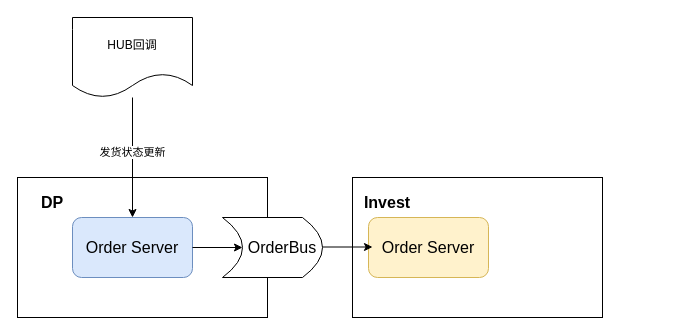
Above: DP处理HUB回调.drawio in DonnieLe/MyDocs (draw.io), before the change. Source tidied: cells renumbered, new cells numbered last; positions are measured from the earlier drawing's top-left corner, leaving out a move shared by most shapes. Both pictures are drawn from the tidied source at 100%, with x=0, y=0 at pixel (17, 17).
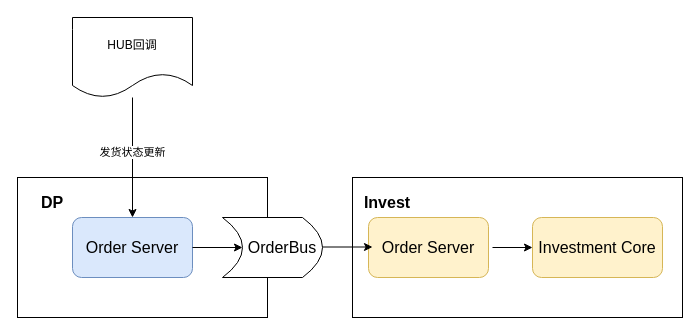
The same page after the edit.

What changed in the source:
```diff
@@
 <mxGraphModel>
   <root>
     <mxCell id="0" />
     <mxCell id="1" parent="0" />
     <mxCell id="2" style="rounded=0;whiteSpace=wrap;html=1;" parent="1" vertex="1">
       <mxGeometry y="160" width="250" height="140" as="geometry" />
     </mxCell>
     <mxCell id="3" value="HUB回调" style="shape=document;whiteSpace=wrap;html=1;boundedLbl=1;" parent="1" vertex="1">
       <mxGeometry x="55" width="120" height="80" as="geometry" />
     </mxCell>
     <mxCell id="4" style="endArrow=classic;html=1;rounded=0;entryX=0.5;entryY=0;entryDx=0;entryDy=0;" parent="1" edge="1" source="3" target="8">
       <mxGeometry relative="1" as="geometry" />
     </mxCell>
     <mxCell id="5" value="发货状态更新" style="edgeLabel;html=1;align=center;verticalAlign=middle;" parent="4" vertex="1">
       <mxGeometry x="-0.1" y="-1" relative="1" as="geometry" />
     </mxCell>
     <mxCell id="6" value="&lt;b&gt;&lt;font style=&quot;font-size: 16px&quot;&gt;DP&lt;/font&gt;&lt;/b&gt;" style="text;html=1;strokeColor=none;fillColor=none;align=center;verticalAlign=middle;whiteSpace=wrap;rounded=0;" parent="1" vertex="1">
       <mxGeometry x="5" y="170" width="60" height="30" as="geometry" />
     </mxCell>
     <mxCell id="7" style="shape=dataStorage;whiteSpace=wrap;html=1;fixedSize=1;fontSize=16;rotation=-180;" parent="1" vertex="1">
       <mxGeometry x="205" y="200" width="100" height="60" as="geometry" />
     </mxCell>
     <mxCell id="8" value="Order Server" style="rounded=1;whiteSpace=wrap;html=1;fontSize=16;fillColor=#dae8fc;strokeColor=#6c8ebf;" parent="1" vertex="1">
       <mxGeometry x="55" y="200" width="120" height="60" as="geometry" />
     </mxCell>
     <mxCell id="9" value="OrderBus" style="text;html=1;strokeColor=none;fillColor=none;align=center;verticalAlign=middle;whiteSpace=wrap;rounded=0;fontSize=16;" parent="1" vertex="1">
       <mxGeometry x="235" y="215" width="60" height="30" as="geometry" />
     </mxCell>
     <mxCell id="10" style="endArrow=classic;html=1;rounded=0;fontSize=16;exitX=1;exitY=0.5;exitDx=0;exitDy=0;" parent="1" edge="1" source="8">
       <mxGeometry relative="1" as="geometry">
         <mxPoint x="225" y="230" as="targetPoint" />
       </mxGeometry>
     </mxCell>
     <mxCell id="11" style="rounded=0;whiteSpace=wrap;html=1;" parent="1" vertex="1">
-      <mxGeometry x="335" y="160" width="250" height="140" as="geometry" />
+      <mxGeometry x="335" y="160" width="330" height="140" as="geometry" />
     </mxCell>
     <mxCell id="12" value="&lt;b&gt;&lt;font style=&quot;font-size: 16px&quot;&gt;Invest&lt;/font&gt;&lt;/b&gt;" style="text;html=1;strokeColor=none;fillColor=none;align=center;verticalAlign=middle;whiteSpace=wrap;rounded=0;" parent="1" vertex="1">
       <mxGeometry x="340" y="170" width="60" height="30" as="geometry" />
     </mxCell>
     <mxCell id="13" value="Order Server" style="rounded=1;whiteSpace=wrap;html=1;fontSize=16;fillColor=#fff2cc;strokeColor=#d6b656;" parent="1" vertex="1">
       <mxGeometry x="351" y="200" width="120" height="60" as="geometry" />
     </mxCell>
     <mxCell id="14" style="endArrow=classic;html=1;rounded=0;fontSize=16;exitX=1;exitY=0.5;exitDx=0;exitDy=0;" parent="1" edge="1">
       <mxGeometry relative="1" as="geometry">
         <mxPoint x="305" y="229.5" as="sourcePoint" />
         <mxPoint x="355" y="229.5" as="targetPoint" />
       </mxGeometry>
     </mxCell>
+    <mxCell id="15" value="Investment Core" style="rounded=1;whiteSpace=wrap;html=1;fontSize=16;fillColor=#fff2cc;strokeColor=#d6b656;" parent="1" vertex="1">
+      <mxGeometry x="515" y="200" width="130" height="60" as="geometry" />
+    </mxCell>
+    <mxCell id="16" style="endArrow=classic;html=1;rounded=0;fontSize=16;" parent="1" edge="1" target="15">
+      <mxGeometry relative="1" as="geometry">
+        <mxPoint x="475" y="230" as="sourcePoint" />
+      </mxGeometry>
+    </mxCell>
   </root>
 </mxGraphModel>
```
